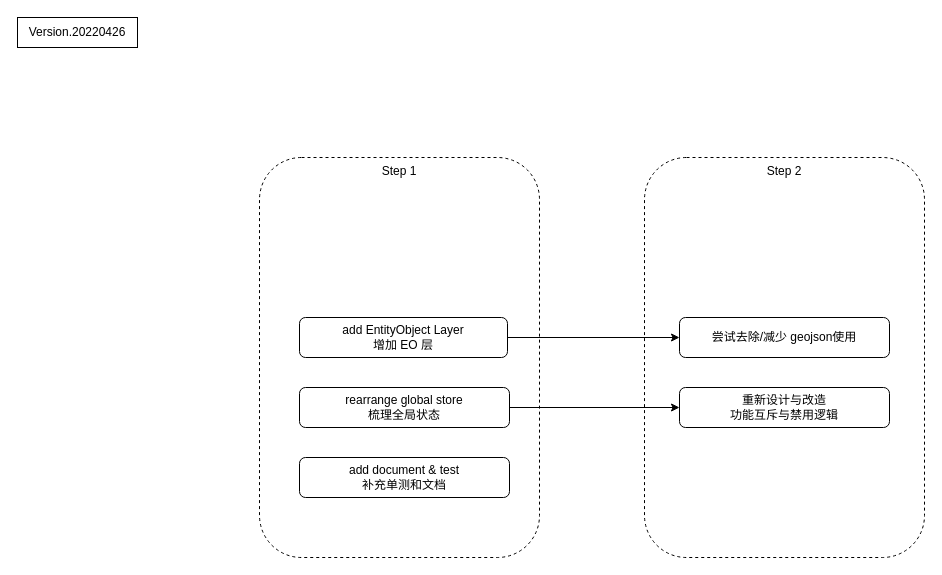
Before: page "Roadmap" (1 of 2) of xk/refactor_roadmap_202204.drawio in fqd511/charts, a draw.io diagram. Source tidied: cells renumbered, new cells numbered last; positions are measured from the earlier drawing's top-left corner, leaving out a move shared by most shapes. Both pictures are drawn from the tidied source at 100%, with x=0, y=0 at pixel (17, 17).
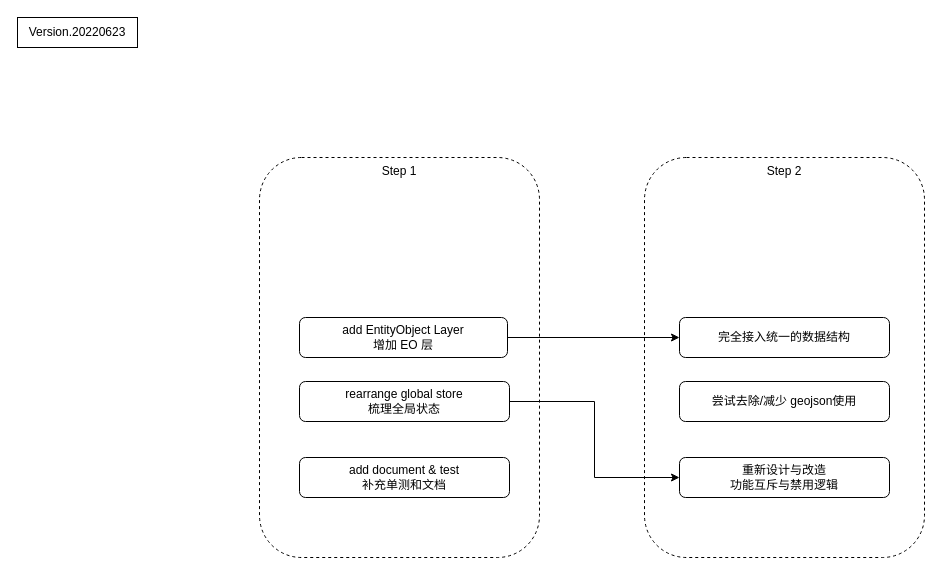
Above is the later version.

Change to the diagram source:
```diff
@@
 <mxGraphModel>
   <root>
     <mxCell id="0" />
     <mxCell id="1" parent="0" />
     <mxCell id="2" value="Step 2" style="rounded=1;whiteSpace=wrap;html=1;fillColor=none;dashed=1;verticalAlign=top;" parent="1" vertex="1">
       <mxGeometry x="627" y="140" width="280" height="400" as="geometry" />
     </mxCell>
     <mxCell id="3" value="Step 1" style="rounded=1;whiteSpace=wrap;html=1;fillColor=none;dashed=1;verticalAlign=top;" parent="1" vertex="1">
       <mxGeometry x="242" y="140" width="280" height="400" as="geometry" />
     </mxCell>
-    <mxCell id="4" style="edgeStyle=orthogonalEdgeStyle;rounded=0;jettySize=auto;html=1;exitX=1;exitY=0.5;exitDx=0;exitDy=0;entryX=0;entryY=0.5;entryDx=0;entryDy=0;" parent="1" edge="1" source="5" target="11">
+    <mxCell id="4" style="edgeStyle=orthogonalEdgeStyle;rounded=0;jettySize=auto;html=1;exitX=1;exitY=0.5;exitDx=0;exitDy=0;entryX=0;entryY=0.5;entryDx=0;entryDy=0;" parent="1" edge="1" source="5" target="12">
       <mxGeometry relative="1" as="geometry" />
     </mxCell>
     <mxCell id="5" value="add EntityObject Layer&lt;br&gt;增加 EO 层" style="rounded=1;whiteSpace=wrap;html=1;" parent="1" vertex="1">
       <mxGeometry x="282" y="300" width="208" height="40" as="geometry" />
     </mxCell>
     <mxCell id="6" style="edgeStyle=orthogonalEdgeStyle;rounded=0;jettySize=auto;html=1;entryX=0;entryY=0.5;entryDx=0;entryDy=0;" parent="1" edge="1" source="7" target="9">
       <mxGeometry relative="1" as="geometry" />
     </mxCell>
     <mxCell id="7" value="rearrange global store&lt;br&gt;梳理全局状态" style="rounded=1;whiteSpace=wrap;html=1;" parent="1" vertex="1">
-      <mxGeometry x="282" y="370" width="210" height="40" as="geometry" />
+      <mxGeometry x="282" y="364" width="210" height="40" as="geometry" />
     </mxCell>
     <mxCell id="8" value="add document &amp;amp; test&lt;br&gt;补充单测和文档" style="rounded=1;whiteSpace=wrap;html=1;" parent="1" vertex="1">
       <mxGeometry x="282" y="440" width="210" height="40" as="geometry" />
     </mxCell>
     <mxCell id="9" value="重新设计与改造&lt;br&gt;功能互斥与禁用逻辑" style="rounded=1;whiteSpace=wrap;html=1;" parent="1" vertex="1">
-      <mxGeometry x="662" y="370" width="210" height="40" as="geometry" />
+      <mxGeometry x="662" y="440" width="210" height="40" as="geometry" />
     </mxCell>
-    <mxCell id="10" value="Version.20220426" style="rounded=0;whiteSpace=wrap;html=1;fillColor=none;" parent="1" vertex="1">
+    <mxCell id="10" value="Version.20220623" style="rounded=0;whiteSpace=wrap;html=1;fillColor=none;" parent="1" vertex="1">
       <mxGeometry width="120" height="30" as="geometry" />
     </mxCell>
     <mxCell id="11" value="尝试去除/减少 geojson使用" style="rounded=1;whiteSpace=wrap;html=1;" parent="1" vertex="1">
-      <mxGeometry x="662" y="300" width="210" height="40" as="geometry" />
+      <mxGeometry x="662" y="364" width="210" height="40" as="geometry" />
     </mxCell>
+    <mxCell id="12" value="完全接入统一的数据结构" style="rounded=1;whiteSpace=wrap;html=1;" parent="1" vertex="1">
+      <mxGeometry x="662" y="300" width="210" height="40" as="geometry" />
+    </mxCell>
   </root>
 </mxGraphModel>
```
